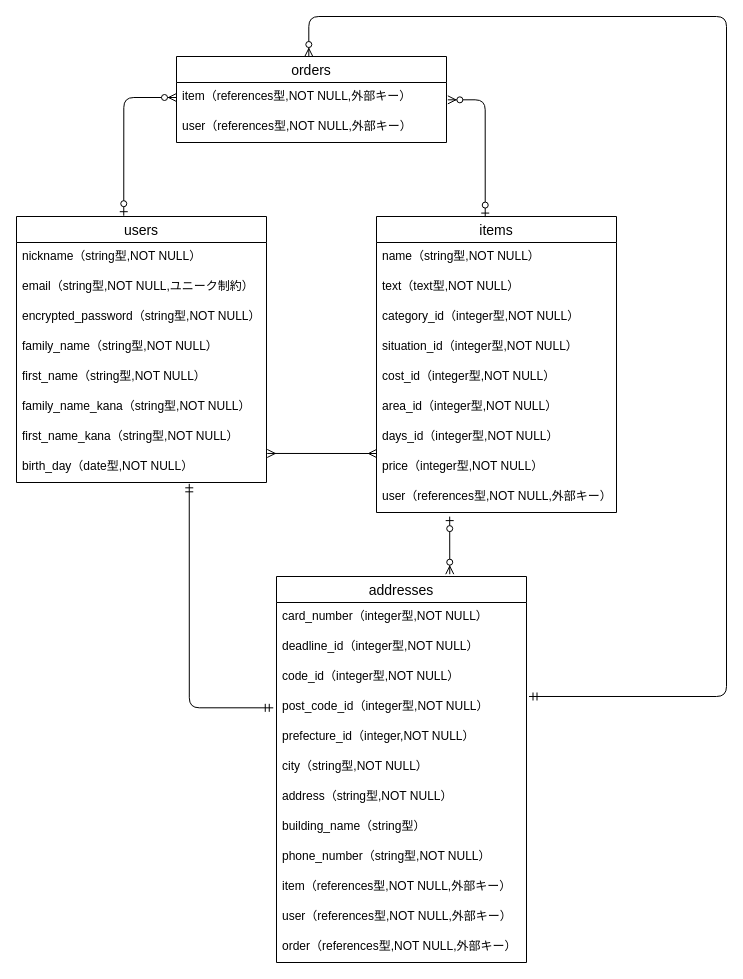
Before: furima.dio in hiromu01/furima-38563, a draw.io diagram. Source tidied: cells renumbered, new cells numbered last; positions are measured from the earlier drawing's top-left corner, leaving out a move shared by most shapes. Both pictures are drawn from the tidied source at 100%, with x=0, y=0 at pixel (16, 16).
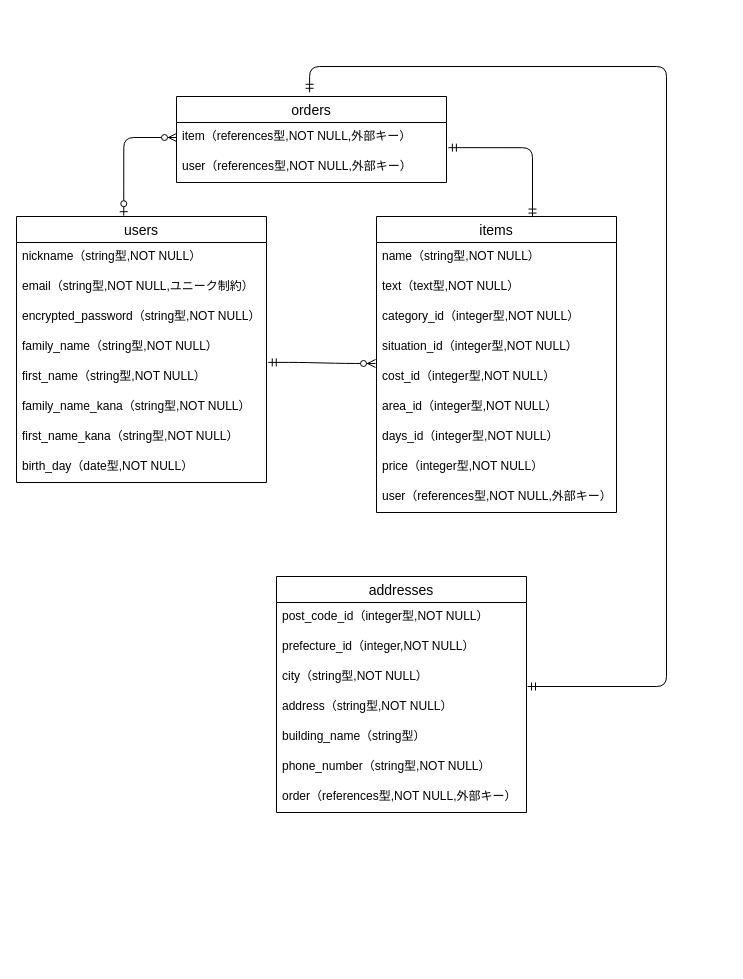
Above is the later version.

Unchanged cells that the change refers to:
```xml
<mxCell id="7" value="first_name（string型,NOT NULL）" style="text;strokeColor=none;fillColor=none;spacingLeft=4;spacingRight=4;overflow=hidden;points=[[0,0.5],[1,0.5]];portConstraint=eastwest;fontSize=12;" parent="2" vertex="1">
  <mxGeometry y="146" width="250" height="30" as="geometry" />
</mxCell>
<mxCell id="10" value="birth_day（date型,NOT NULL）" style="text;strokeColor=none;fillColor=none;spacingLeft=4;spacingRight=4;overflow=hidden;points=[[0,0.5],[1,0.5]];portConstraint=eastwest;fontSize=12;" parent="2" vertex="1">
  <mxGeometry y="236" width="250" height="30" as="geometry" />
</mxCell>
<mxCell id="11" value="items" style="swimlane;fontStyle=0;horizontal=1;startSize=26;align=center;fontSize=14;" parent="1" vertex="1">
  <mxGeometry x="360" y="200" width="240" height="296" as="geometry" />
</mxCell>
<mxCell id="16" value="cost_id（integer型,NOT NULL）" style="text;strokeColor=none;fillColor=none;spacingLeft=4;spacingRight=4;overflow=hidden;points=[[0,0.5],[1,0.5]];portConstraint=eastwest;fontSize=12;" parent="11" vertex="1">
  <mxGeometry y="146" width="240" height="30" as="geometry" />
</mxCell>
<mxCell id="20" value="user（references型,NOT NULL,外部キー）" style="text;strokeColor=none;fillColor=none;spacingLeft=4;spacingRight=4;overflow=hidden;points=[[0,0.5],[1,0.5]];portConstraint=eastwest;fontSize=12;" parent="11" vertex="1">
  <mxGeometry y="266" width="240" height="30" as="geometry" />
</mxCell>
<mxCell id="35" value="item（references型,NOT NULL,外部キー）" style="text;strokeColor=none;fillColor=none;spacingLeft=4;spacingRight=4;overflow=hidden;points=[[0,0.5],[1,0.5]];portConstraint=eastwest;fontSize=12;" parent="34" vertex="1">
  <mxGeometry y="26" width="270" height="30" as="geometry" />
</mxCell>
```

Change to the diagram source:
```diff
@@
     <mxCell id="21" value="addresses" style="swimlane;fontStyle=0;horizontal=1;startSize=26;align=center;fontSize=14;" parent="1" vertex="1">
-      <mxGeometry x="260" y="560" width="250" height="386" as="geometry" />
+      <mxGeometry x="260" y="560" width="250" height="236" as="geometry" />
     </mxCell>
-    <mxCell id="22" value="card_number（integer型,NOT NULL）" style="text;strokeColor=none;fillColor=none;spacingLeft=4;spacingRight=4;overflow=hidden;fontSize=12;" parent="21" vertex="1">
-      <mxGeometry y="26" width="250" height="30" as="geometry" />
-    </mxCell>
-    <mxCell id="23" value="deadline_id（integer型,NOT NULL）" style="text;strokeColor=none;fillColor=none;spacingLeft=4;spacingRight=4;overflow=hidden;fontSize=12;" parent="21" vertex="1">
-      <mxGeometry y="56" width="250" height="30" as="geometry" />
-    </mxCell>
-    <mxCell id="24" value="code_id（integer型,NOT NULL）" style="text;strokeColor=none;fillColor=none;spacingLeft=4;spacingRight=4;overflow=hidden;fontSize=12;" parent="21" vertex="1">
-      <mxGeometry y="86" width="250" height="30" as="geometry" />
-    </mxCell>
     <mxCell id="25" value="post_code_id（integer型,NOT NULL）" style="text;strokeColor=none;fillColor=none;spacingLeft=4;spacingRight=4;overflow=hidden;points=[[0,0.5],[1,0.5]];portConstraint=eastwest;fontSize=12;" parent="21" vertex="1">
-      <mxGeometry y="116" width="250" height="30" as="geometry" />
+      <mxGeometry y="26" width="250" height="30" as="geometry" />
     </mxCell>
     <mxCell id="26" value="prefecture_id（integer,NOT NULL）" style="text;strokeColor=none;fillColor=none;spacingLeft=4;spacingRight=4;overflow=hidden;fontSize=12;" parent="21" vertex="1">
-      <mxGeometry y="146" width="250" height="30" as="geometry" />
+      <mxGeometry y="56" width="250" height="30" as="geometry" />
     </mxCell>
     <mxCell id="27" value="city（string型,NOT NULL）" style="text;strokeColor=none;fillColor=none;spacingLeft=4;spacingRight=4;overflow=hidden;fontSize=12;" parent="21" vertex="1">
-      <mxGeometry y="176" width="250" height="30" as="geometry" />
+      <mxGeometry y="86" width="250" height="30" as="geometry" />
     </mxCell>
     <mxCell id="28" value="address（string型,NOT NULL）" style="text;strokeColor=none;fillColor=none;spacingLeft=4;spacingRight=4;overflow=hidden;fontSize=12;" parent="21" vertex="1">
-      <mxGeometry y="206" width="250" height="30" as="geometry" />
+      <mxGeometry y="116" width="250" height="30" as="geometry" />
     </mxCell>
     <mxCell id="29" value="building_name（string型）" style="text;strokeColor=none;fillColor=none;spacingLeft=4;spacingRight=4;overflow=hidden;fontSize=12;" parent="21" vertex="1">
-      <mxGeometry y="236" width="250" height="30" as="geometry" />
+      <mxGeometry y="146" width="250" height="30" as="geometry" />
     </mxCell>
     <mxCell id="30" value="phone_number（string型,NOT NULL）" style="text;strokeColor=none;fillColor=none;spacingLeft=4;spacingRight=4;overflow=hidden;fontSize=12;" parent="21" vertex="1">
-      <mxGeometry y="266" width="250" height="30" as="geometry" />
+      <mxGeometry y="176" width="250" height="30" as="geometry" />
     </mxCell>
-    <mxCell id="31" value="item（references型,NOT NULL,外部キー）" style="text;strokeColor=none;fillColor=none;spacingLeft=4;spacingRight=4;overflow=hidden;fontSize=12;" parent="21" vertex="1">
-      <mxGeometry y="296" width="250" height="30" as="geometry" />
-    </mxCell>
-    <mxCell id="32" value="user（references型,NOT NULL,外部キー）" style="text;strokeColor=none;fillColor=none;spacingLeft=4;spacingRight=4;overflow=hidden;fontSize=12;" parent="21" vertex="1">
-      <mxGeometry y="326" width="250" height="30" as="geometry" />
-    </mxCell>
     <mxCell id="33" value="order（references型,NOT NULL,外部キー）" style="text;strokeColor=none;fillColor=none;spacingLeft=4;spacingRight=4;overflow=hidden;fontSize=12;" parent="21" vertex="1">
-      <mxGeometry y="356" width="250" height="30" as="geometry" />
+      <mxGeometry y="206" width="250" height="30" as="geometry" />
     </mxCell>
     <mxCell id="34" value="orders" style="swimlane;fontStyle=0;horizontal=1;startSize=26;align=center;fontSize=14;" parent="1" vertex="1">
-      <mxGeometry x="160" y="40" width="270" height="86" as="geometry" />
+      <mxGeometry x="160" y="80" width="270" height="86" as="geometry" />
     </mxCell>
@@
-    <mxCell id="37" style="fontSize=12;html=1;endArrow=ERzeroToMany;startArrow=ERzeroToOne;exitX=0.305;exitY=1.137;exitDx=0;exitDy=0;exitPerimeter=0;entryX=0.693;entryY=-0.006;entryDx=0;entryDy=0;entryPerimeter=0;" parent="1" edge="1" source="20" target="21">
-      <mxGeometry relative="1" as="geometry" />
-    </mxCell>
@@
-    <mxCell id="39" style="edgeStyle=orthogonalEdgeStyle;fontSize=12;html=1;endArrow=ERzeroToMany;startArrow=ERzeroToOne;exitX=0.453;exitY=0.002;exitDx=0;exitDy=0;exitPerimeter=0;entryX=1.005;entryY=0.578;entryDx=0;entryDy=0;entryPerimeter=0;" parent="1" edge="1" source="11" target="35">
-      <mxGeometry relative="1" as="geometry" />
-    </mxCell>
-    <mxCell id="40" style="edgeStyle=orthogonalEdgeStyle;fontSize=12;html=1;endArrow=ERmandOne;startArrow=ERmandOne;entryX=0.691;entryY=1.044;entryDx=0;entryDy=0;entryPerimeter=0;exitX=-0.013;exitY=0.511;exitDx=0;exitDy=0;exitPerimeter=0;" parent="1" edge="1" source="25" target="10">
-      <mxGeometry relative="1" as="geometry">
-        <Array as="points">
-          <mxPoint x="173" y="691" />
-        </Array>
-      </mxGeometry>
-    </mxCell>
-    <mxCell id="41" style="fontSize=12;html=1;endArrow=ERmany;startArrow=ERmany;exitX=1.003;exitY=0.032;exitDx=0;exitDy=0;exitPerimeter=0;" parent="1" edge="1" source="10">
-      <mxGeometry relative="1" as="geometry">
-        <mxPoint x="360" y="437" as="targetPoint" />
-      </mxGeometry>
-    </mxCell>
-    <mxCell id="42" style="edgeStyle=orthogonalEdgeStyle;fontSize=12;html=1;endArrow=ERzeroToMany;startArrow=ERmandOne;exitX=1.01;exitY=0.133;exitDx=0;exitDy=0;exitPerimeter=0;entryX=0.49;entryY=0;entryDx=0;entryDy=0;entryPerimeter=0;" parent="1" edge="1" source="25" target="34">
-      <mxGeometry relative="1" as="geometry">
-        <Array as="points">
-          <mxPoint x="710" y="680" />
-          <mxPoint x="710" />
-          <mxPoint x="292" />
-        </Array>
-      </mxGeometry>
-    </mxCell>
+    <mxCell id="43" style="edgeStyle=orthogonalEdgeStyle;fontSize=12;html=1;endArrow=ERmandOne;startArrow=ERmandOne;exitX=0.493;exitY=-0.049;exitDx=0;exitDy=0;exitPerimeter=0;" parent="1" edge="1" source="34">
+      <mxGeometry relative="1" as="geometry">
+        <mxPoint x="511" y="670" as="targetPoint" />
+        <Array as="points">
+          <mxPoint x="293" y="50" />
+          <mxPoint x="650" y="50" />
+          <mxPoint x="650" y="670" />
+        </Array>
+      </mxGeometry>
+    </mxCell>
+    <mxCell id="44" style="edgeStyle=entityRelationEdgeStyle;fontSize=12;html=1;endArrow=ERzeroToMany;startArrow=ERmandOne;exitX=1.007;exitY=-0.004;exitDx=0;exitDy=0;exitPerimeter=0;entryX=-0.004;entryY=0.032;entryDx=0;entryDy=0;entryPerimeter=0;" parent="1" edge="1" source="7" target="16">
+      <mxGeometry relative="1" as="geometry" />
+    </mxCell>
+    <mxCell id="45" style="edgeStyle=orthogonalEdgeStyle;fontSize=12;html=1;endArrow=ERmandOne;startArrow=ERmandOne;exitX=1.007;exitY=0.839;exitDx=0;exitDy=0;exitPerimeter=0;entryX=0.65;entryY=0.002;entryDx=0;entryDy=0;entryPerimeter=0;" parent="1" edge="1" source="35" target="11">
+      <mxGeometry relative="1" as="geometry" />
+    </mxCell>
```
